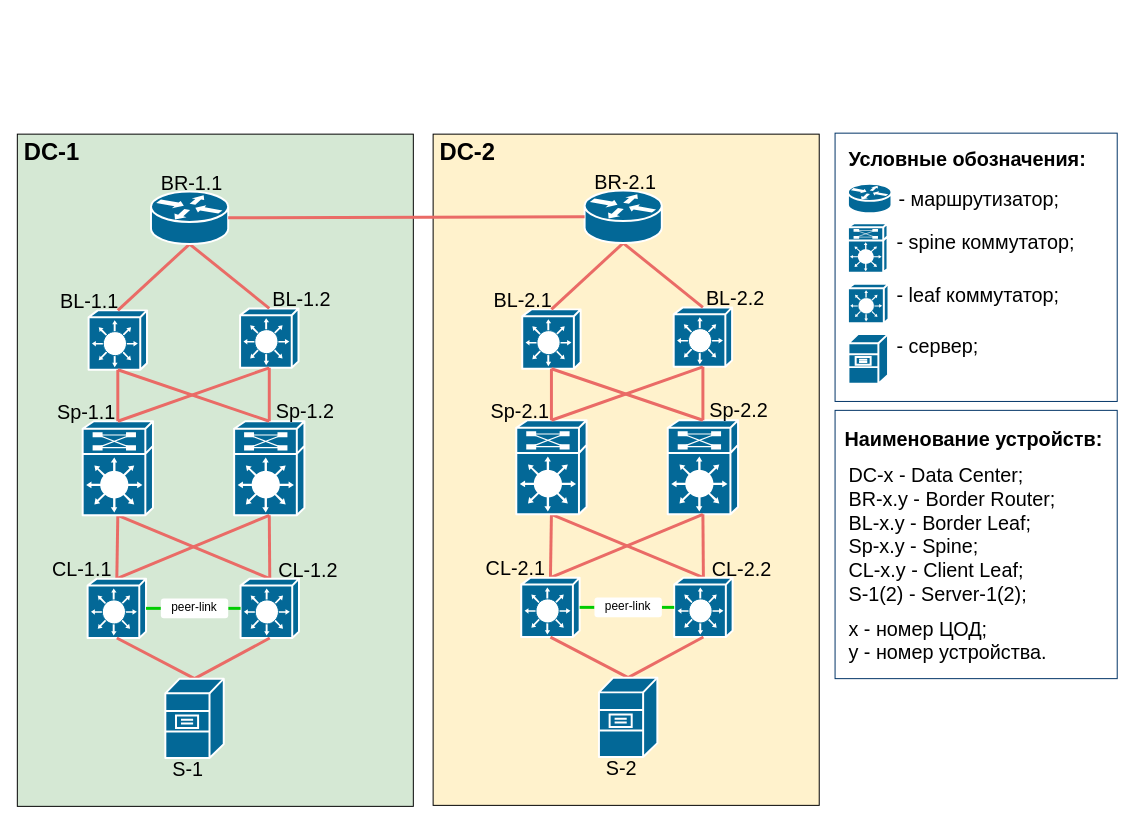
Tema-sudo/OTUS_DC_network_design keeps this draw.io diagram as Graduate_project/GP_common_topo.drawio. Above is the earlier version. Source tidied: cells renumbered, new cells numbered last; positions are measured from the earlier drawing's top-left corner, leaving out a move shared by most shapes. Both pictures are drawn from the tidied source at 99%, with x=0, y=0 at pixel (17, 129).
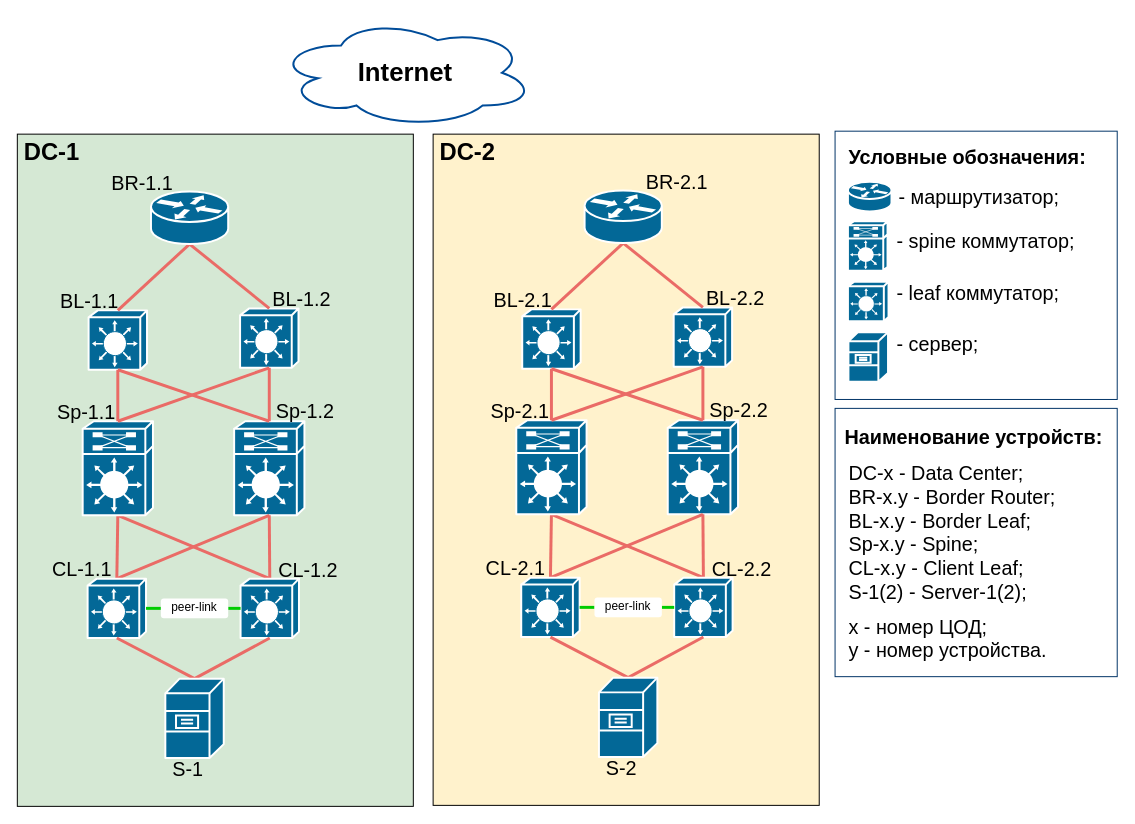
Above is the later version.

The change refers to these unchanged cells:
```xml
<mxCell id="34" style="shape=mxgraph.cisco.routers.router;sketch=0;html=1;dashed=0;fillColor=#036897;strokeColor=#ffffff;strokeWidth=2;verticalLabelPosition=bottom;verticalAlign=top;align=center;outlineConnect=0;" parent="1" vertex="1">
  <mxGeometry x="135" y="63" width="78" height="53" as="geometry" />
</mxCell>
<mxCell id="65" style="shape=mxgraph.cisco.routers.router;sketch=0;html=1;dashed=0;fillColor=#036897;strokeColor=#ffffff;strokeWidth=2;verticalLabelPosition=bottom;verticalAlign=top;align=center;outlineConnect=0;" parent="1" vertex="1">
  <mxGeometry x="573" y="62" width="78" height="53" as="geometry" />
</mxCell>
```

Change to the diagram source:
```diff
@@
     <mxCell id="2" style="rounded=0;whiteSpace=wrap;html=1;strokeColor=#003366;strokeWidth=1;" parent="1" vertex="1">
-      <mxGeometry x="826" y="284" width="285" height="271" as="geometry" />
+      <mxGeometry x="826" y="282" width="285" height="271" as="geometry" />
     </mxCell>
@@
     <mxCell id="16" style="rounded=0;whiteSpace=wrap;html=1;strokeColor=#003366;strokeWidth=1;" parent="1" vertex="1">
-      <mxGeometry x="826" y="4" width="285" height="271" as="geometry" />
+      <mxGeometry x="826" y="2" width="285" height="271" as="geometry" />
     </mxCell>
@@
     <mxCell id="35" value="BR-1.1" style="text;html=1;strokeColor=none;fillColor=none;align=center;verticalAlign=middle;whiteSpace=wrap;rounded=0;fontSize=20;fontFamily=Helvetica;horizontal=1;" parent="1" vertex="1">
-      <mxGeometry x="142" y="45" width="69" height="17.2" as="geometry" />
+      <mxGeometry x="92" y="45.8" width="69" height="17.2" as="geometry" />
     </mxCell>
@@
     <mxCell id="66" value="BR-2.1" style="text;html=1;strokeColor=none;fillColor=none;align=center;verticalAlign=middle;whiteSpace=wrap;rounded=0;fontSize=20;fontFamily=Helvetica;horizontal=1;" parent="1" vertex="1">
-      <mxGeometry x="580" y="44" width="69" height="17.2" as="geometry" />
+      <mxGeometry x="632" y="44" width="69" height="17.2" as="geometry" />
     </mxCell>
@@
-    <mxCell id="68" style="edgeStyle=none;rounded=0;hachureGap=4;jettySize=auto;html=1;entryX=0;entryY=0.5;entryDx=0;entryDy=0;entryPerimeter=0;fontFamily=Architects Daughter;fontSize=16;endArrow=none;endFill=0;strokeWidth=3;strokeColor=#EA6B66;exitX=1;exitY=0.5;exitDx=0;exitDy=0;exitPerimeter=0;" parent="1" edge="1" source="34" target="65">
-      <mxGeometry relative="1" as="geometry" />
-    </mxCell>
@@
     <mxCell id="71" value="Условные обозначения:&amp;nbsp;" style="text;html=1;strokeColor=none;fillColor=none;align=left;verticalAlign=middle;whiteSpace=wrap;rounded=0;fontSize=20;fontFamily=Helvetica;horizontal=1;fontStyle=1;" parent="1" vertex="1">
-      <mxGeometry x="838" width="250" height="60" as="geometry" />
+      <mxGeometry x="838" y="-2" width="250" height="60" as="geometry" />
     </mxCell>
     <mxCell id="72" style="shape=mxgraph.cisco.routers.router;sketch=0;html=1;dashed=0;fillColor=#036897;strokeColor=#ffffff;strokeWidth=2;verticalLabelPosition=bottom;verticalAlign=top;align=center;" parent="1" vertex="1">
-      <mxGeometry x="839" y="55" width="44" height="30" as="geometry" />
+      <mxGeometry x="839" y="53" width="44" height="30" as="geometry" />
     </mxCell>
     <mxCell id="73" style="shape=mxgraph.cisco.switches.layer_3_switch;sketch=0;html=1;dashed=0;fillColor=#036897;strokeColor=#ffffff;strokeWidth=2;verticalLabelPosition=bottom;verticalAlign=top;align=center;hachureGap=4;jiggle=2;curveFitting=1;fontFamily=Architects Daughter;fontSize=20;" parent="1" vertex="1">
-      <mxGeometry x="839" y="156" width="41" height="40" as="geometry" />
+      <mxGeometry x="839" y="154" width="41" height="40" as="geometry" />
     </mxCell>
     <mxCell id="74" style="shape=mxgraph.cisco.misc.route_switch_processor;html=1;dashed=0;fillColor=#036897;strokeColor=#ffffff;strokeWidth=2;verticalLabelPosition=bottom;verticalAlign=top;rounded=0;shadow=0;comic=0;fontFamily=Verdana;fontSize=12;" parent="1" vertex="1">
-      <mxGeometry x="839" y="95" width="40" height="50" as="geometry" />
+      <mxGeometry x="839" y="93" width="40" height="50" as="geometry" />
     </mxCell>
     <mxCell id="75" value="&amp;nbsp;- маршрутизатор;&amp;nbsp;&lt;br&gt;&amp;nbsp; &amp;nbsp; &amp;nbsp; &amp;nbsp;&amp;nbsp;" style="text;html=1;strokeColor=none;fillColor=none;align=left;verticalAlign=middle;whiteSpace=wrap;rounded=0;fontSize=20;fontFamily=Helvetica;horizontal=1;" parent="1" vertex="1">
-      <mxGeometry x="883" y="62.2" width="190" height="40" as="geometry" />
+      <mxGeometry x="883" y="60.2" width="190" height="40" as="geometry" />
     </mxCell>
     <mxCell id="76" value="&amp;nbsp;- leaf коммутатор;&amp;nbsp;&lt;br&gt;&amp;nbsp; &amp;nbsp; &amp;nbsp; &amp;nbsp;&amp;nbsp;" style="text;html=1;strokeColor=none;fillColor=none;align=left;verticalAlign=middle;whiteSpace=wrap;rounded=0;fontSize=20;fontFamily=Helvetica;horizontal=1;" parent="1" vertex="1">
-      <mxGeometry x="881" y="159.2" width="190" height="40" as="geometry" />
+      <mxGeometry x="881" y="157.2" width="190" height="40" as="geometry" />
     </mxCell>
     <mxCell id="77" value="&amp;nbsp;- spine коммутатор;&amp;nbsp;&lt;br&gt;&amp;nbsp; &amp;nbsp; &amp;nbsp; &amp;nbsp;&amp;nbsp;" style="text;html=1;strokeColor=none;fillColor=none;align=left;verticalAlign=middle;whiteSpace=wrap;rounded=0;fontSize=20;fontFamily=Helvetica;horizontal=1;" parent="1" vertex="1">
-      <mxGeometry x="881" y="106" width="206" height="40" as="geometry" />
+      <mxGeometry x="881" y="104" width="206" height="40" as="geometry" />
     </mxCell>
     <mxCell id="78" style="shape=mxgraph.cisco.servers.file_server;sketch=0;html=1;dashed=0;fillColor=#036897;strokeColor=#ffffff;strokeWidth=2;verticalLabelPosition=bottom;verticalAlign=top;align=center;" parent="1" vertex="1">
-      <mxGeometry x="839.5" y="207" width="40" height="50" as="geometry" />
+      <mxGeometry x="839.5" y="205" width="40" height="50" as="geometry" />
     </mxCell>
     <mxCell id="79" value="&amp;nbsp;- сервер;&amp;nbsp;&lt;br&gt;&amp;nbsp; &amp;nbsp; &amp;nbsp; &amp;nbsp;&amp;nbsp;" style="text;html=1;strokeColor=none;fillColor=none;align=left;verticalAlign=middle;whiteSpace=wrap;rounded=0;fontSize=20;fontFamily=Helvetica;horizontal=1;" parent="1" vertex="1">
-      <mxGeometry x="881" y="214" width="190" height="33" as="geometry" />
+      <mxGeometry x="881" y="212" width="190" height="33" as="geometry" />
     </mxCell>
     <mxCell id="80" value="DC-x - Data Center;&lt;br&gt;BR-x.y - Border Router;&lt;br&gt;BL-x.y - Border Leaf;&lt;br&gt;Sp-x.y - Spine;&lt;br&gt;CL-x.y - Client Leaf;&lt;br&gt;S-1(2) - Server-1(2);" style="text;html=1;strokeColor=none;fillColor=none;align=left;verticalAlign=middle;whiteSpace=wrap;rounded=0;fontSize=20;fontFamily=Helvetica;horizontal=1;spacing=0;" parent="1" vertex="1">
-      <mxGeometry x="839.5" y="329.9" width="210" height="158.1" as="geometry" />
+      <mxGeometry x="839.5" y="327.9" width="210" height="158.1" as="geometry" />
     </mxCell>
     <mxCell id="81" value="Наименование устройств:" style="text;html=1;strokeColor=none;fillColor=none;align=left;verticalAlign=middle;whiteSpace=wrap;rounded=0;fontSize=20;fontFamily=Helvetica;horizontal=1;fontStyle=1;" parent="1" vertex="1">
-      <mxGeometry x="834.2" y="291.9" width="268.5" height="40" as="geometry" />
+      <mxGeometry x="834.2" y="289.9" width="268.5" height="40" as="geometry" />
     </mxCell>
     <mxCell id="82" value="x - номер ЦОД;&lt;br&gt;y - номер устройства." style="text;html=1;strokeColor=none;fillColor=none;align=left;verticalAlign=middle;whiteSpace=wrap;rounded=0;fontSize=20;fontFamily=Helvetica;horizontal=1;spacing=0;" parent="1" vertex="1">
-      <mxGeometry x="839.5" y="490" width="250" height="51.8" as="geometry" />
+      <mxGeometry x="839.5" y="488" width="250" height="51.8" as="geometry" />
     </mxCell>
+    <mxCell id="83" value="&lt;font style=&quot;font-size: 26px;&quot;&gt;Internet&lt;/font&gt;" style="ellipse;shape=cloud;whiteSpace=wrap;html=1;fontColor=#000000;strokeColor=#004C99;fontStyle=1;strokeWidth=2;fontSize=26;" parent="1" vertex="1">
+      <mxGeometry x="262" y="-112" width="260" height="110" as="geometry" />
+    </mxCell>
```
